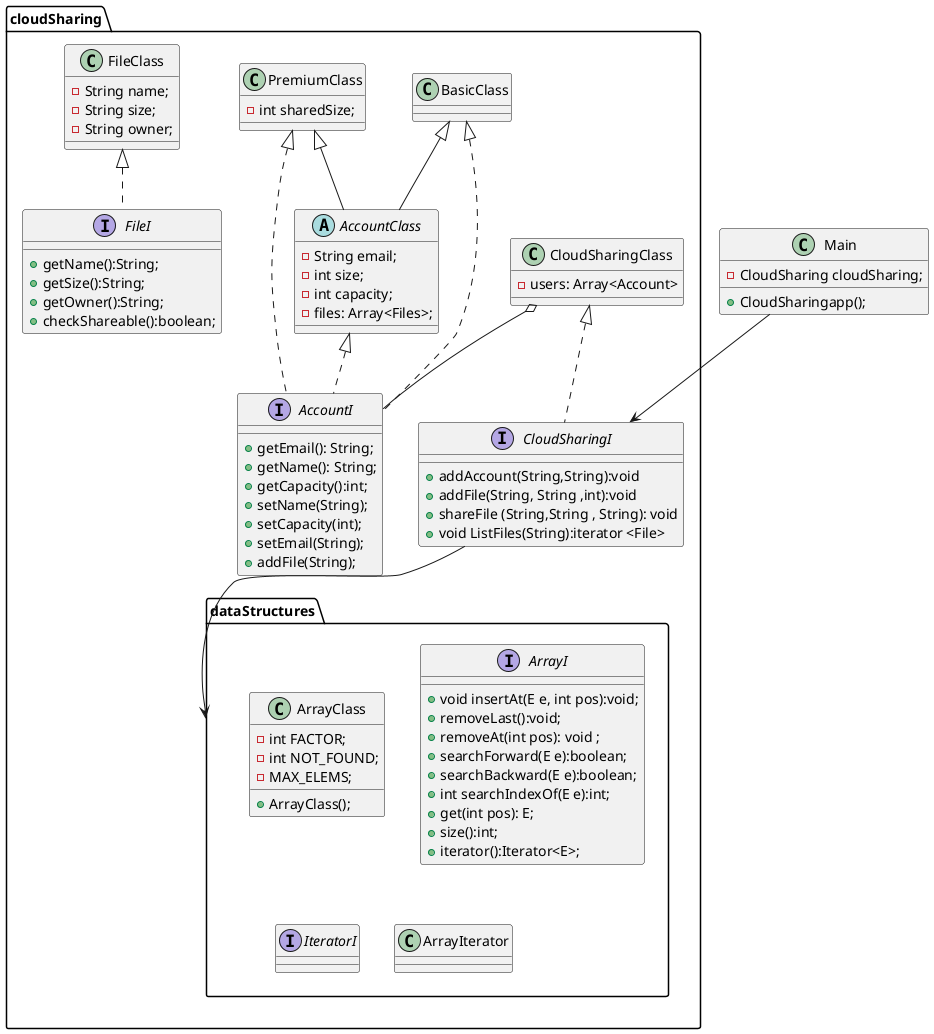
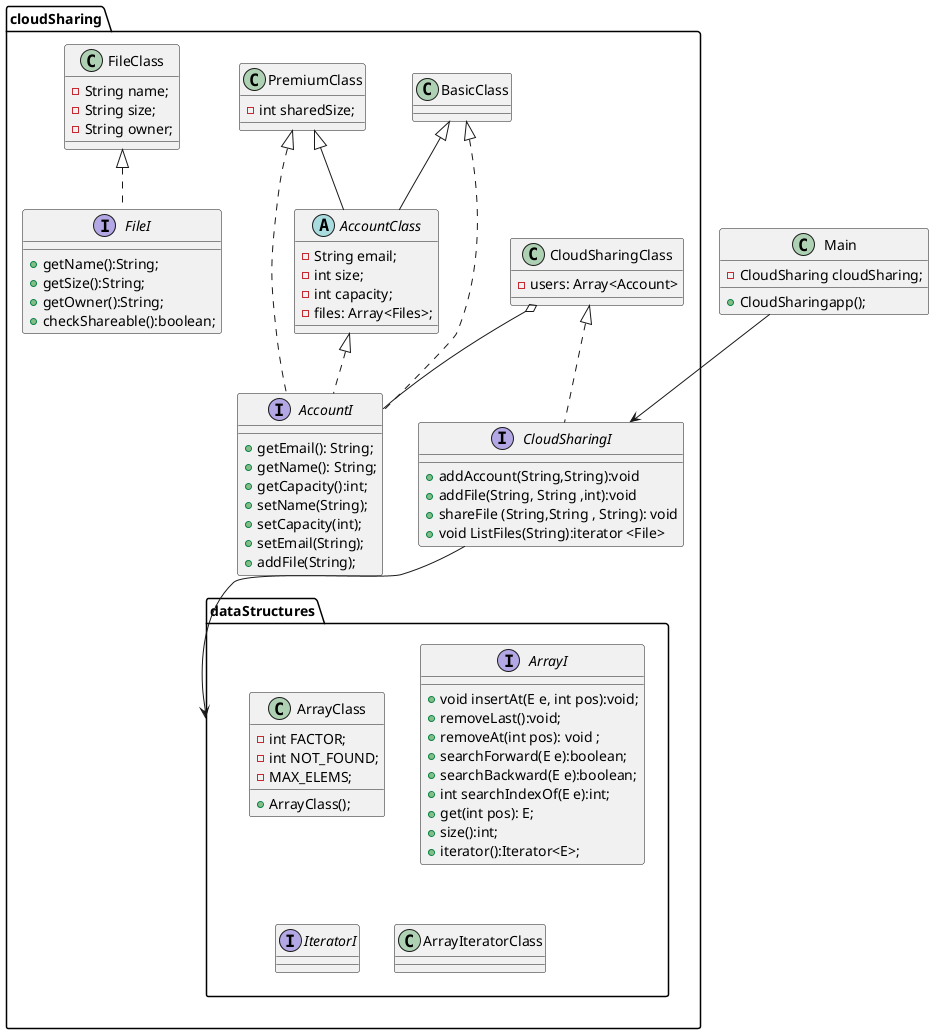
@startuml
'https://plantuml.com/class-diagram
class Main{
-CloudSharing cloudSharing;
+ CloudSharingapp();
}

package "cloudSharing"{
class CloudSharingClass{
- users: Array<Account>
}

interface CloudSharingI{
+addAccount(String,String):void
+addFile(String, String ,int):void
+shareFile (String,String , String): void
+void ListFiles(String):iterator <File>
}
interface AccountI {
+getEmail(): String;
+getName(): String;
+getCapacity():int;
+setName(String);
+setCapacity(int);
+setEmail(String);
+addFile(String);
}

abstract class AccountClass{
-String email;
-int size;
-int capacity;
-files: Array<Files>;
}
class BasicClass{

}
class PremiumClass{
- int sharedSize;
}
interface FileI{
+getName():String;
+getSize():String;
+getOwner():String;
+checkShareable():boolean;
}
class FileClass{
-String name;
-String size;
-String owner;
}

Main-->CloudSharingI
CloudSharingClass <|..CloudSharingI
CloudSharingI --> "dataStructures"
AccountClass<|.. AccountI
BasicClass <|-- AccountClass
BasicClass <|..AccountI
PremiumClass<|.. AccountI
PremiumClass<|--AccountClass
CloudSharingClass o-- AccountI
FileClass<|..FileI

package "dataStructures"{

class ArrayClass{
-int FACTOR;
-int NOT_FOUND;
-MAX_ELEMS;
+ArrayClass();
}

interface ArrayI{
+void insertAt(E e, int pos):void;
+removeLast():void;
+removeAt(int pos): void ;
+searchForward(E e):boolean;
+searchBackward(E e):boolean;
+int searchIndexOf(E e):int;
+get(int pos): E;
+size():int;
+iterator():Iterator<E>;
}

interface IteratorI
- class ArrayIterator
- 
+ class ArrayIteratorClass

}


@enduml
